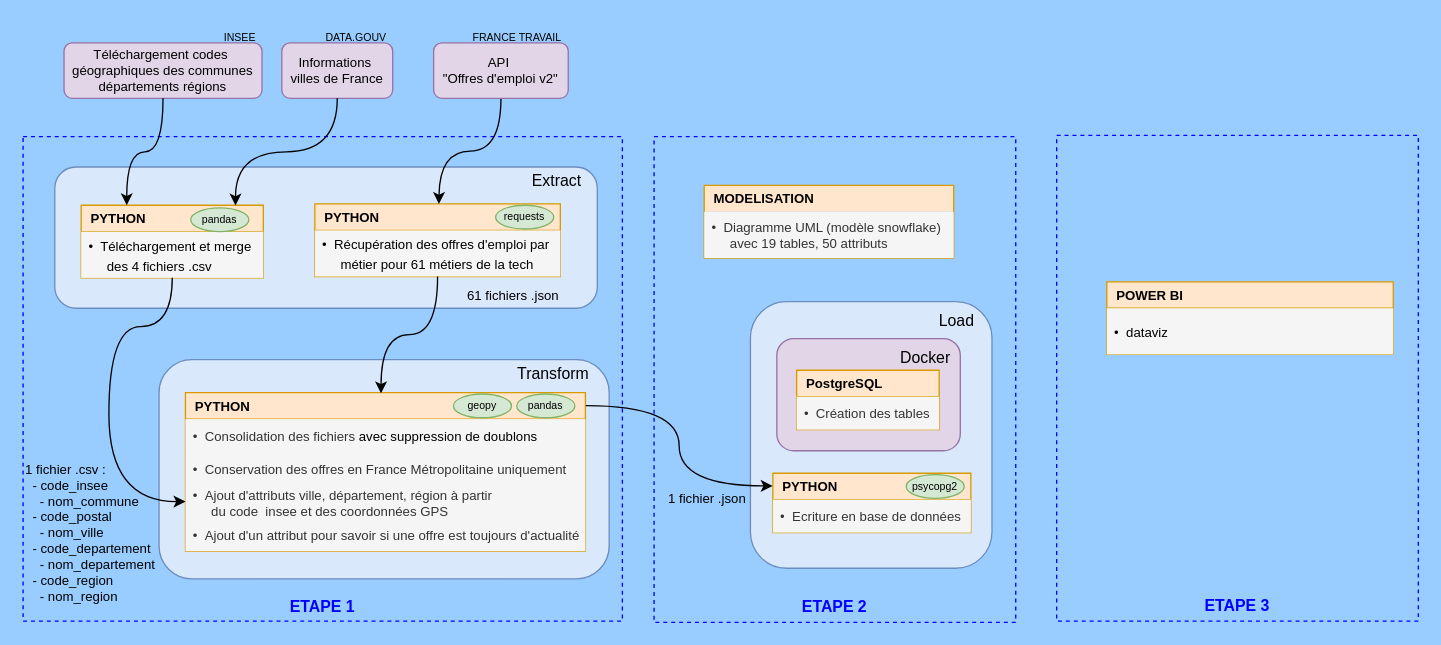
Earlier version of the draw.io diagram workflow.drawio (vimchun/Job-Market-in-France). Source tidied: cells renumbered, new cells numbered last; positions are measured from the earlier drawing's top-left corner, leaving out a move shared by most shapes. Both pictures are drawn from the tidied source at 132%, with x=0, y=0 at pixel (22, 22).
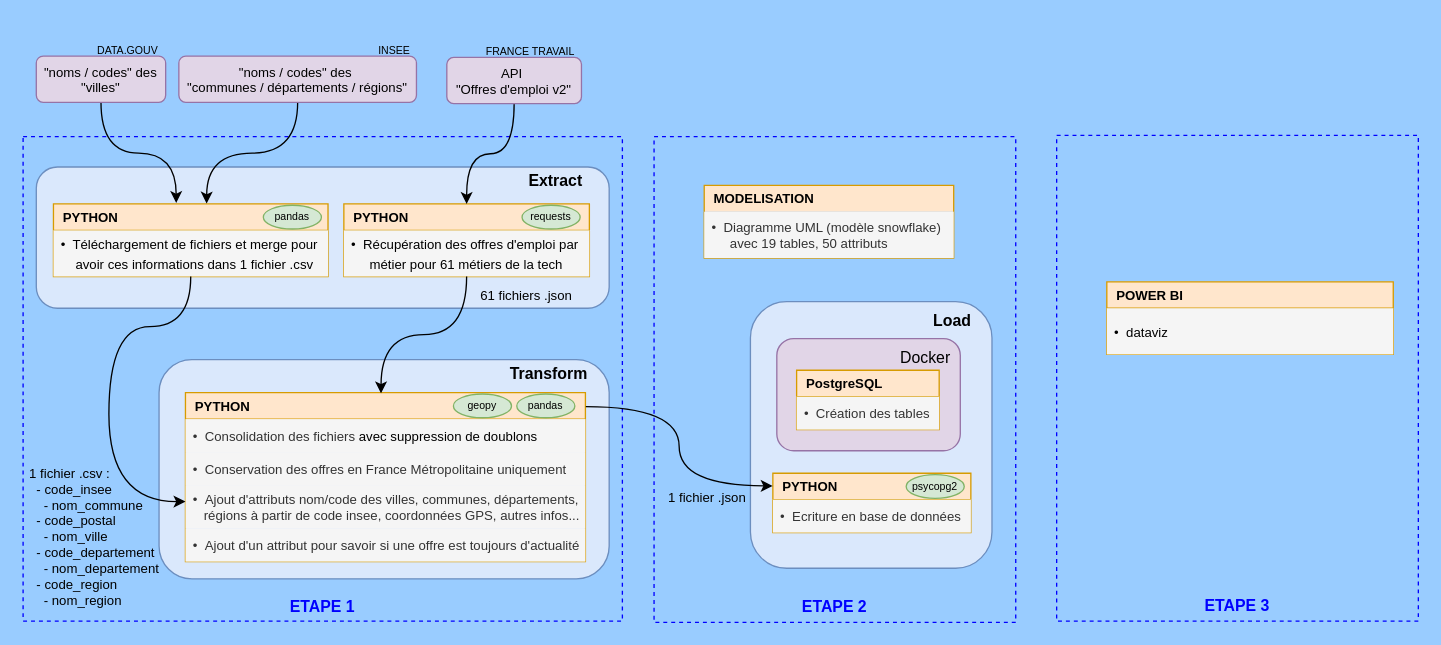
Above is the later version.

Commit message (it also covers changes not shown here):
modifications readme et workflow.drawio plus clair

Change to the diagram source:
```diff
@@
-    <mxCell id="3" value="&amp;nbsp; &amp;nbsp; &amp;nbsp; &amp;nbsp; &amp;nbsp; &amp;nbsp; &amp;nbsp; &amp;nbsp; &amp;nbsp; &amp;nbsp; &amp;nbsp; &amp;nbsp; &amp;nbsp; &amp;nbsp; &amp;nbsp; &amp;nbsp; &amp;nbsp; &amp;nbsp; &amp;nbsp; &amp;nbsp;Load&lt;div&gt;&lt;br&gt;&lt;/div&gt;&lt;div&gt;&lt;br&gt;&lt;/div&gt;&lt;div&gt;&lt;br&gt;&lt;/div&gt;&lt;div&gt;&lt;br&gt;&lt;/div&gt;&lt;div&gt;&lt;br&gt;&lt;/div&gt;&lt;div&gt;&lt;br&gt;&lt;/div&gt;&lt;div&gt;&lt;br&gt;&lt;/div&gt;&lt;div&gt;&lt;br&gt;&lt;/div&gt;&lt;div&gt;&lt;br&gt;&lt;/div&gt;&lt;div&gt;&lt;br&gt;&lt;/div&gt;&lt;div&gt;&lt;br&gt;&lt;/div&gt;&lt;div&gt;&lt;br&gt;&lt;/div&gt;" style="rounded=1;whiteSpace=wrap;html=1;fillColor=#dae8fc;strokeColor=#6c8ebf;" parent="1" vertex="1">
+    <mxCell id="3" value="&amp;nbsp; &amp;nbsp; &amp;nbsp; &amp;nbsp; &amp;nbsp; &amp;nbsp; &amp;nbsp; &amp;nbsp; &amp;nbsp; &amp;nbsp; &amp;nbsp; &amp;nbsp; &amp;nbsp; &amp;nbsp; &amp;nbsp; &amp;nbsp; &amp;nbsp; &amp;nbsp; &amp;nbsp;&lt;b&gt;Load&lt;/b&gt;&lt;div&gt;&lt;br&gt;&lt;/div&gt;&lt;div&gt;&lt;br&gt;&lt;/div&gt;&lt;div&gt;&lt;br&gt;&lt;/div&gt;&lt;div&gt;&lt;br&gt;&lt;/div&gt;&lt;div&gt;&lt;br&gt;&lt;/div&gt;&lt;div&gt;&lt;br&gt;&lt;/div&gt;&lt;div&gt;&lt;br&gt;&lt;/div&gt;&lt;div&gt;&lt;br&gt;&lt;/div&gt;&lt;div&gt;&lt;br&gt;&lt;/div&gt;&lt;div&gt;&lt;br&gt;&lt;/div&gt;&lt;div&gt;&lt;br&gt;&lt;/div&gt;&lt;div&gt;&lt;br&gt;&lt;/div&gt;" style="rounded=1;whiteSpace=wrap;html=1;fillColor=#dae8fc;strokeColor=#6c8ebf;" parent="1" vertex="1">
       <mxGeometry x="551" y="211" width="183" height="202" as="geometry" />
     </mxCell>
@@
-    <mxCell id="6" value="&lt;div&gt;&lt;br&gt;&lt;/div&gt;&amp;nbsp; &amp;nbsp; &amp;nbsp; &amp;nbsp; &amp;nbsp; &amp;nbsp; &amp;nbsp; &amp;nbsp; &amp;nbsp; &amp;nbsp; &amp;nbsp; &amp;nbsp; &amp;nbsp; &amp;nbsp; &amp;nbsp; &amp;nbsp; &amp;nbsp; &amp;nbsp; &amp;nbsp; &amp;nbsp; &amp;nbsp; &amp;nbsp; &amp;nbsp; &amp;nbsp; &amp;nbsp; &amp;nbsp; &amp;nbsp; &amp;nbsp; &amp;nbsp; &amp;nbsp; &amp;nbsp; &amp;nbsp; &amp;nbsp; &amp;nbsp; &amp;nbsp; &amp;nbsp; &amp;nbsp; &amp;nbsp; &amp;nbsp;Transform&lt;div&gt;&lt;br&gt;&lt;/div&gt;&lt;div&gt;&lt;br&gt;&lt;/div&gt;&lt;div&gt;&lt;br&gt;&lt;/div&gt;&lt;div&gt;&lt;br&gt;&lt;/div&gt;&lt;div&gt;&lt;br&gt;&lt;/div&gt;&lt;div&gt;&lt;br&gt;&lt;/div&gt;&lt;div&gt;&lt;br&gt;&lt;/div&gt;&lt;div&gt;&lt;br&gt;&lt;/div&gt;&lt;div&gt;&lt;br&gt;&lt;/div&gt;&lt;div&gt;&lt;br&gt;&lt;/div&gt;&lt;div&gt;&lt;br&gt;&lt;/div&gt;" style="rounded=1;whiteSpace=wrap;html=1;fillColor=#dae8fc;strokeColor=#6c8ebf;" parent="1" vertex="1">
+    <mxCell id="6" value="&lt;div&gt;&lt;br&gt;&lt;/div&gt;&amp;nbsp; &amp;nbsp; &amp;nbsp; &amp;nbsp; &amp;nbsp; &amp;nbsp; &amp;nbsp; &amp;nbsp; &amp;nbsp; &amp;nbsp; &amp;nbsp; &amp;nbsp; &amp;nbsp; &amp;nbsp; &amp;nbsp; &amp;nbsp; &amp;nbsp; &amp;nbsp; &amp;nbsp; &amp;nbsp; &amp;nbsp; &amp;nbsp; &amp;nbsp; &amp;nbsp; &amp;nbsp; &amp;nbsp; &amp;nbsp; &amp;nbsp; &amp;nbsp; &amp;nbsp; &amp;nbsp; &amp;nbsp; &amp;nbsp; &amp;nbsp; &amp;nbsp; &amp;nbsp; &amp;nbsp; &amp;nbsp;&lt;b&gt;Transform&lt;/b&gt;&lt;div&gt;&lt;br&gt;&lt;/div&gt;&lt;div&gt;&lt;br&gt;&lt;/div&gt;&lt;div&gt;&lt;br&gt;&lt;/div&gt;&lt;div&gt;&lt;br&gt;&lt;/div&gt;&lt;div&gt;&lt;br&gt;&lt;/div&gt;&lt;div&gt;&lt;br&gt;&lt;/div&gt;&lt;div&gt;&lt;br&gt;&lt;/div&gt;&lt;div&gt;&lt;br&gt;&lt;/div&gt;&lt;div&gt;&lt;br&gt;&lt;/div&gt;&lt;div&gt;&lt;br&gt;&lt;/div&gt;&lt;div&gt;&lt;br&gt;&lt;/div&gt;" style="rounded=1;whiteSpace=wrap;html=1;fillColor=#dae8fc;strokeColor=#6c8ebf;" parent="1" vertex="1">
       <mxGeometry x="103" y="255" width="341" height="166" as="geometry" />
     </mxCell>
-    <mxCell id="7" value="&amp;nbsp; &amp;nbsp; &amp;nbsp; &amp;nbsp; &amp;nbsp; &amp;nbsp; &amp;nbsp; &amp;nbsp; &amp;nbsp; &amp;nbsp; &amp;nbsp; &amp;nbsp; &amp;nbsp; &amp;nbsp; &amp;nbsp; &amp;nbsp; &amp;nbsp; &amp;nbsp; &amp;nbsp; &amp;nbsp; &amp;nbsp; &amp;nbsp; &amp;nbsp; &amp;nbsp; &amp;nbsp; &amp;nbsp; &amp;nbsp; &amp;nbsp; &amp;nbsp; &amp;nbsp; &amp;nbsp; &amp;nbsp; &amp;nbsp; &amp;nbsp; &amp;nbsp; &amp;nbsp; &amp;nbsp; &amp;nbsp; &amp;nbsp; &amp;nbsp; &amp;nbsp; &amp;nbsp; &amp;nbsp; &amp;nbsp; &amp;nbsp; &amp;nbsp; &amp;nbsp; &amp;nbsp; &amp;nbsp; &amp;nbsp; &amp;nbsp; &amp;nbsp; &amp;nbsp;Extract&lt;div&gt;&lt;br&gt;&lt;/div&gt;&lt;div&gt;&lt;br&gt;&lt;/div&gt;&lt;div&gt;&lt;br&gt;&lt;/div&gt;&lt;div&gt;&lt;br&gt;&lt;/div&gt;&lt;div&gt;&lt;br&gt;&lt;/div&gt;&lt;div&gt;&lt;br&gt;&lt;/div&gt;" style="rounded=1;whiteSpace=wrap;html=1;fillColor=#dae8fc;strokeColor=#6c8ebf;" parent="1" vertex="1">
-      <mxGeometry x="24" y="109" width="411" height="107" as="geometry" />
+    <mxCell id="7" value="&amp;nbsp; &amp;nbsp; &amp;nbsp; &amp;nbsp; &amp;nbsp; &amp;nbsp; &amp;nbsp; &amp;nbsp; &amp;nbsp; &amp;nbsp; &amp;nbsp; &amp;nbsp; &amp;nbsp; &amp;nbsp; &amp;nbsp; &amp;nbsp; &amp;nbsp; &amp;nbsp; &amp;nbsp; &amp;nbsp; &amp;nbsp; &amp;nbsp; &amp;nbsp; &amp;nbsp; &amp;nbsp; &amp;nbsp; &amp;nbsp; &amp;nbsp; &amp;nbsp; &amp;nbsp; &amp;nbsp; &amp;nbsp; &amp;nbsp; &amp;nbsp; &amp;nbsp; &amp;nbsp; &amp;nbsp; &amp;nbsp; &amp;nbsp; &amp;nbsp; &amp;nbsp; &amp;nbsp; &amp;nbsp; &amp;nbsp; &amp;nbsp; &amp;nbsp; &amp;nbsp; &amp;nbsp; &amp;nbsp; &amp;nbsp; &amp;nbsp; &amp;nbsp; &amp;nbsp;&amp;nbsp;&lt;b&gt;Extract&lt;/b&gt;&lt;div&gt;&lt;br&gt;&lt;/div&gt;&lt;div&gt;&lt;br&gt;&lt;/div&gt;&lt;div&gt;&lt;br&gt;&lt;/div&gt;&lt;div&gt;&lt;br&gt;&lt;/div&gt;&lt;div&gt;&lt;br&gt;&lt;/div&gt;&lt;div&gt;&lt;br&gt;&lt;/div&gt;" style="rounded=1;whiteSpace=wrap;html=1;fillColor=#dae8fc;strokeColor=#6c8ebf;" parent="1" vertex="1">
+      <mxGeometry x="10" y="109" width="434" height="107" as="geometry" />
     </mxCell>
     <mxCell id="8" value="&lt;b&gt;&amp;nbsp; PYTHON&lt;/b&gt;" style="swimlane;fontStyle=0;horizontal=1;startSize=20;whiteSpace=wrap;html=1;fillColor=#ffe6cc;strokeColor=#d79b00;rounded=0;align=left;swimlaneLine=1;glass=0;shadow=0;swimlaneHead=1;swimlaneBody=1;verticalAlign=middle;fontFamily=Helvetica;fontSize=10;fontColor=default;" parent="1" vertex="1">
-      <mxGeometry x="221" y="137" width="186" height="55" as="geometry" />
+      <mxGeometry x="243" y="137" width="186" height="55" as="geometry" />
     </mxCell>
@@
     <mxCell id="16" value="&lt;b&gt;&lt;font style=&quot;font-size: 10px;&quot;&gt;&amp;nbsp; PYTHON&lt;/font&gt;&lt;/b&gt;" style="swimlane;fontStyle=0;horizontal=1;startSize=20;whiteSpace=wrap;html=1;fillColor=#ffe6cc;strokeColor=#d79b00;rounded=0;align=left;shadow=0;glass=0;verticalAlign=middle;fontFamily=Helvetica;fontSize=12;" parent="1" vertex="1">
-      <mxGeometry x="123" y="280" width="303" height="120" as="geometry" />
+      <mxGeometry x="123" y="280" width="303" height="128" as="geometry" />
     </mxCell>
@@
-    <mxCell id="19" value="•&amp;nbsp;&amp;nbsp;Ajout d'attributs ville, département, région à partir&amp;nbsp;&lt;div&gt;&amp;nbsp; &amp;nbsp; &amp;nbsp;du code_insee et des coordonnées GPS&lt;/div&gt;" style="text;strokeColor=none;fillColor=#f5f5f5;align=left;verticalAlign=middle;spacingLeft=4;spacingRight=4;overflow=hidden;whiteSpace=wrap;html=1;fontFamily=Helvetica;fontSize=10;fontColor=#333333;fontStyle=0;" parent="16" vertex="1">
-      <mxGeometry y="70" width="303" height="25" as="geometry" />
+    <mxCell id="19" value="•&amp;nbsp;&amp;nbsp;Ajout d'attributs nom/code des villes, communes, départements,&lt;div&gt;&amp;nbsp; &amp;nbsp;régions à partir&amp;nbsp;&lt;span style=&quot;background-color: transparent; color: light-dark(rgb(51, 51, 51), rgb(193, 193, 193));&quot;&gt;de code insee, coordonnées GPS, autres infos...&lt;/span&gt;&lt;/div&gt;" style="text;strokeColor=none;fillColor=#f5f5f5;align=left;verticalAlign=middle;spacingLeft=4;spacingRight=4;overflow=hidden;whiteSpace=wrap;html=1;fontFamily=Helvetica;fontSize=10;fontColor=#333333;fontStyle=0;" parent="16" vertex="1">
+      <mxGeometry y="70" width="303" height="33" as="geometry" />
     </mxCell>
     <mxCell id="20" value="•&amp;nbsp;&amp;nbsp;Ajout d'un attribut pour savoir si une offre est toujours d'actualité" style="text;strokeColor=none;fillColor=#f5f5f5;align=left;verticalAlign=middle;spacingLeft=4;spacingRight=4;overflow=hidden;whiteSpace=wrap;html=1;fontFamily=Helvetica;fontSize=10;fontColor=#333333;fontStyle=0;" parent="16" vertex="1">
-      <mxGeometry y="95" width="303" height="25" as="geometry" />
+      <mxGeometry y="103" width="303" height="25" as="geometry" />
     </mxCell>
-    <mxCell id="21" style="edgeStyle=orthogonalEdgeStyle;rounded=0;jettySize=auto;html=1;exitX=0.5;exitY=1;exitDx=0;exitDy=0;curved=1;" parent="1" edge="1" source="22">
-      <mxGeometry relative="1" as="geometry">
-        <mxPoint x="315" y="137" as="targetPoint" />
-      </mxGeometry>
+    <mxCell id="21" style="edgeStyle=orthogonalEdgeStyle;rounded=0;jettySize=auto;html=1;exitX=0.5;exitY=1;exitDx=0;exitDy=0;curved=1;entryX=0.5;entryY=0;entryDx=0;entryDy=0;" parent="1" edge="1" source="22" target="8">
+      <mxGeometry relative="1" as="geometry" />
     </mxCell>
     <mxCell id="22" value="API&amp;nbsp;&lt;div&gt;&lt;span style=&quot;background-color: transparent; color: light-dark(rgb(0, 0, 0), rgb(255, 255, 255));&quot;&gt;&quot;Offres d'emploi v2&quot;&lt;/span&gt;&lt;/div&gt;" style="rounded=1;whiteSpace=wrap;html=1;fillColor=#e1d5e7;strokeColor=#9673a6;fontSize=10;" parent="1" vertex="1">
-      <mxGeometry x="311" y="15" width="102" height="42" as="geometry" />
+      <mxGeometry x="321" y="26" width="102" height="35" as="geometry" />
     </mxCell>
@@
     <mxCell id="24" value="61 fichiers .json" style="text;html=1;align=center;verticalAlign=middle;whiteSpace=wrap;rounded=0;fontSize=10;" parent="1" vertex="1">
-      <mxGeometry x="329.5" y="191" width="83" height="30" as="geometry" />
+      <mxGeometry x="339.5" y="191" width="83" height="30" as="geometry" />
     </mxCell>
@@
     <mxCell id="26" value="1 fichier .json" style="text;html=1;align=center;verticalAlign=middle;whiteSpace=wrap;rounded=0;fontSize=10;" parent="1" vertex="1">
-      <mxGeometry x="480" y="345" width="77" height="30" as="geometry" />
+      <mxGeometry x="480" y="344" width="77" height="30" as="geometry" />
     </mxCell>
     <mxCell id="27" value="requests" style="ellipse;whiteSpace=wrap;html=1;fontSize=8;fillColor=#d5e8d4;strokeColor=#82b366;" parent="1" vertex="1">
-      <mxGeometry x="358" y="138" width="44" height="18" as="geometry" />
+      <mxGeometry x="378" y="138" width="44" height="18" as="geometry" />
     </mxCell>
@@
-    <mxCell id="33" value="&lt;div&gt;Informations&amp;nbsp;&lt;/div&gt;&lt;div&gt;villes de France&lt;/div&gt;" style="rounded=1;whiteSpace=wrap;html=1;fillColor=#e1d5e7;strokeColor=#9673a6;fontSize=10;enumerate=0;" parent="1" vertex="1">
-      <mxGeometry x="196" y="15" width="84" height="42" as="geometry" />
-    </mxCell>
     <mxCell id="34" value="&lt;b&gt;&amp;nbsp; PYTHON&lt;/b&gt;" style="swimlane;fontStyle=0;horizontal=1;startSize=20;whiteSpace=wrap;html=1;fillColor=#ffe6cc;strokeColor=#d79b00;rounded=0;align=left;swimlaneLine=1;glass=0;shadow=0;swimlaneHead=1;swimlaneBody=1;verticalAlign=middle;fontFamily=Helvetica;fontSize=10;fontColor=default;" parent="1" vertex="1">
-      <mxGeometry x="44" y="138" width="138" height="55" as="geometry" />
+      <mxGeometry x="23" y="137" width="208" height="55" as="geometry" />
     </mxCell>
-    <mxCell id="35" value="&lt;font style=&quot;font-size: 10px; color: rgb(0, 0, 0);&quot;&gt;•&amp;nbsp; Téléchargement et merge&amp;nbsp;&lt;/font&gt;&lt;div&gt;&lt;font style=&quot;font-size: 10px; color: rgb(0, 0, 0);&quot;&gt;&amp;nbsp; &amp;nbsp; &amp;nbsp;des 4&amp;nbsp;&lt;/font&gt;&lt;span style=&quot;color: light-dark(rgb(0, 0, 0), rgb(237, 237, 237)); font-size: 10px; background-color: transparent;&quot;&gt;fichiers .csv&lt;/span&gt;&lt;/div&gt;" style="text;align=left;verticalAlign=middle;spacingLeft=4;spacingRight=4;overflow=hidden;whiteSpace=wrap;html=1;fontFamily=Helvetica;fontSize=12;fontStyle=0;fillColor=#f5f5f5;fontColor=#333333;strokeColor=none;" parent="34" vertex="1">
-      <mxGeometry y="20" width="138" height="35" as="geometry" />
+    <mxCell id="35" value="&lt;font style=&quot;font-size: 10px; color: rgb(0, 0, 0);&quot;&gt;•&amp;nbsp; Téléchargement de fichiers et merge&amp;nbsp;&lt;/font&gt;&lt;span style=&quot;background-color: transparent; color: light-dark(rgb(0, 0, 0), rgb(237, 237, 237)); font-size: 10px;&quot;&gt;pour&amp;nbsp;&lt;/span&gt;&lt;div&gt;&lt;span style=&quot;background-color: transparent; color: light-dark(rgb(0, 0, 0), rgb(237, 237, 237)); font-size: 10px;&quot;&gt;&amp;nbsp; &amp;nbsp; avoir ces informations dans 1 fichier .csv&lt;/span&gt;&lt;/div&gt;" style="text;align=left;verticalAlign=middle;spacingLeft=4;spacingRight=4;overflow=hidden;whiteSpace=wrap;html=1;fontFamily=Helvetica;fontSize=12;fontStyle=0;fillColor=#f5f5f5;fontColor=#333333;strokeColor=none;" parent="34" vertex="1">
+      <mxGeometry y="20" width="208" height="35" as="geometry" />
     </mxCell>
     <mxCell id="36" value="pandas" style="ellipse;whiteSpace=wrap;html=1;fontSize=8;fillColor=#d5e8d4;strokeColor=#82b366;" parent="1" vertex="1">
-      <mxGeometry x="127" y="140" width="44" height="18" as="geometry" />
+      <mxGeometry x="182" y="138" width="44" height="18" as="geometry" />
     </mxCell>
-    <mxCell id="37" style="edgeStyle=orthogonalEdgeStyle;rounded=0;jettySize=auto;html=1;exitX=0.5;exitY=1;exitDx=0;exitDy=0;curved=1;entryX=0.847;entryY=0.003;entryDx=0;entryDy=0;entryPerimeter=0;" parent="1" edge="1" source="33" target="34">
+    <mxCell id="37" style="edgeStyle=orthogonalEdgeStyle;rounded=0;jettySize=auto;html=1;curved=1;entryX=0.558;entryY=-0.005;entryDx=0;entryDy=0;entryPerimeter=0;exitX=0.5;exitY=1;exitDx=0;exitDy=0;" parent="1" edge="1" source="47" target="34">
       <mxGeometry relative="1" as="geometry" />
     </mxCell>
-    <mxCell id="38" style="edgeStyle=orthogonalEdgeStyle;rounded=0;orthogonalLoop=1;jettySize=auto;html=1;entryX=0;entryY=0.5;entryDx=0;entryDy=0;curved=1;exitX=0.5;exitY=1;exitDx=0;exitDy=0;" parent="1" edge="1">
+    <mxCell id="38" style="edgeStyle=orthogonalEdgeStyle;rounded=0;jettySize=auto;html=1;entryX=0;entryY=0.5;entryDx=0;entryDy=0;curved=1;exitX=0.5;exitY=1;exitDx=0;exitDy=0;" parent="1" edge="1" source="34">
       <mxGeometry relative="1" as="geometry">
-        <mxPoint x="113" y="193" as="sourcePoint" />
         <mxPoint x="123" y="362.5" as="targetPoint" />
         <Array as="points">
+          <mxPoint x="127" y="230" />
           <mxPoint x="65" y="230" />
-          <mxPoint x="65" y="363" />
+          <mxPoint x="65" y="362" />
         </Array>
       </mxGeometry>
     </mxCell>
-    <mxCell id="39" value="&lt;div&gt;Téléchargement&amp;nbsp;&lt;span style=&quot;background-color: transparent; color: light-dark(rgb(0, 0, 0), rgb(255, 255, 255));&quot;&gt;codes&amp;nbsp;&lt;/span&gt;&lt;/div&gt;&lt;div&gt;&lt;span style=&quot;background-color: transparent; color: light-dark(rgb(0, 0, 0), rgb(255, 255, 255));&quot;&gt;géographiques&amp;nbsp;&lt;/span&gt;&lt;span style=&quot;background-color: transparent; color: light-dark(rgb(0, 0, 0), rgb(255, 255, 255));&quot;&gt;des&amp;nbsp;&lt;/span&gt;&lt;span style=&quot;background-color: transparent; color: light-dark(rgb(0, 0, 0), rgb(255, 255, 255));&quot;&gt;communes départements régions&lt;/span&gt;&lt;/div&gt;" style="rounded=1;whiteSpace=wrap;html=1;fillColor=#e1d5e7;strokeColor=#9673a6;fontSize=10;" parent="1" vertex="1">
-      <mxGeometry x="31" y="15" width="150" height="42" as="geometry" />
-    </mxCell>
-    <mxCell id="40" style="edgeStyle=orthogonalEdgeStyle;rounded=0;jettySize=auto;html=1;exitX=0.5;exitY=1;exitDx=0;exitDy=0;curved=1;entryX=0.25;entryY=0;entryDx=0;entryDy=0;" parent="1" edge="1" source="39" target="34">
+    <mxCell id="40" style="edgeStyle=orthogonalEdgeStyle;rounded=0;jettySize=auto;html=1;exitX=0.5;exitY=1;exitDx=0;exitDy=0;curved=1;entryX=0.447;entryY=-0.013;entryDx=0;entryDy=0;entryPerimeter=0;" parent="1" edge="1" source="46" target="34">
       <mxGeometry relative="1" as="geometry" />
     </mxCell>
-    <mxCell id="41" value="INSEE" style="text;html=1;align=center;verticalAlign=middle;strokeColor=none;fillColor=none;fontSize=8;" parent="1" vertex="1">
-      <mxGeometry x="143" width="42" height="22" as="geometry" />
-    </mxCell>
-    <mxCell id="42" value="DATA.GOUV" style="text;html=1;align=center;verticalAlign=middle;strokeColor=none;fillColor=none;fontSize=8;" parent="1" vertex="1">
-      <mxGeometry x="220" width="64" height="22" as="geometry" />
-    </mxCell>
     <mxCell id="43" value="FRANCE TRAVAIL" style="text;html=1;align=center;verticalAlign=middle;strokeColor=none;fillColor=none;fontSize=8;" parent="1" vertex="1">
-      <mxGeometry x="331" width="85" height="22" as="geometry" />
+      <mxGeometry x="341" y="11" width="85" height="22" as="geometry" />
     </mxCell>
@@
     <mxCell id="45" value="1 fichier .csv :&lt;div&gt;&lt;div&gt;&amp;nbsp; - code_insee&lt;/div&gt;&lt;div&gt;&amp;nbsp; &amp;nbsp; - nom_commune&lt;/div&gt;&lt;div&gt;&amp;nbsp; - code_postal&lt;/div&gt;&lt;div&gt;&amp;nbsp; &amp;nbsp; - nom_ville&lt;/div&gt;&lt;div&gt;&amp;nbsp; - code_departement&lt;/div&gt;&lt;div&gt;&amp;nbsp; &amp;nbsp; - nom_departement&lt;/div&gt;&lt;div&gt;&amp;nbsp; - code_region&lt;/div&gt;&lt;div&gt;&amp;nbsp; &amp;nbsp; - nom_region&lt;/div&gt;&lt;/div&gt;" style="text;html=1;align=left;verticalAlign=middle;whiteSpace=wrap;rounded=0;fontSize=10;" parent="1" vertex="1">
-      <mxGeometry y="320" width="103" height="131" as="geometry" />
+      <mxGeometry x="3" y="323" width="103" height="131" as="geometry" />
     </mxCell>
+    <mxCell id="46" value="&lt;div&gt;&quot;noms / codes&quot;&amp;nbsp;&lt;span style=&quot;background-color: transparent; color: light-dark(rgb(0, 0, 0), rgb(255, 255, 255));&quot;&gt;des&lt;/span&gt;&lt;/div&gt;&lt;div&gt;&quot;villes&quot;&lt;/div&gt;" style="rounded=1;whiteSpace=wrap;html=1;fillColor=#e1d5e7;strokeColor=#9673a6;fontSize=10;enumerate=0;" parent="1" vertex="1">
+      <mxGeometry x="10" y="25" width="98" height="35" as="geometry" />
+    </mxCell>
+    <mxCell id="47" value="&lt;div&gt;&lt;span style=&quot;background-color: transparent; color: light-dark(rgb(0, 0, 0), rgb(255, 255, 255));&quot;&gt;&quot;noms / codes&quot;&amp;nbsp;&lt;/span&gt;&lt;span style=&quot;background-color: transparent; color: light-dark(rgb(0, 0, 0), rgb(255, 255, 255));&quot;&gt;des&amp;nbsp;&lt;/span&gt;&lt;/div&gt;&lt;div&gt;&lt;span style=&quot;background-color: transparent; color: light-dark(rgb(0, 0, 0), rgb(255, 255, 255));&quot;&gt;&quot;communes / départements / régions&quot;&lt;/span&gt;&lt;/div&gt;" style="rounded=1;whiteSpace=wrap;html=1;fillColor=#e1d5e7;strokeColor=#9673a6;fontSize=10;" parent="1" vertex="1">
+      <mxGeometry x="118" y="25" width="180" height="35" as="geometry" />
+    </mxCell>
+    <mxCell id="41" value="INSEE" style="text;html=1;align=center;verticalAlign=middle;strokeColor=none;fillColor=none;fontSize=8;" parent="1" vertex="1">
+      <mxGeometry x="260" y="10" width="42" height="22" as="geometry" />
+    </mxCell>
+    <mxCell id="42" value="DATA.GOUV" style="text;html=1;align=center;verticalAlign=middle;strokeColor=none;fillColor=none;fontSize=8;" parent="1" vertex="1">
+      <mxGeometry x="47" y="10" width="64" height="22" as="geometry" />
+    </mxCell>
```
